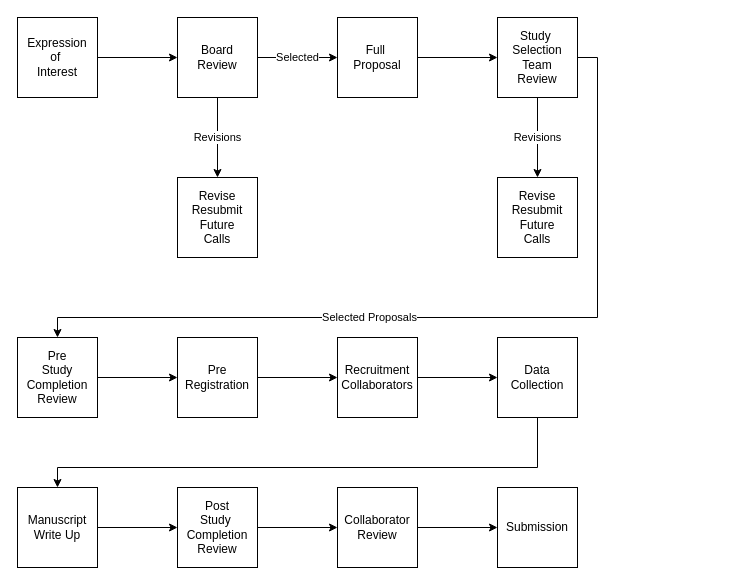
many-languages/many-languages.github.io keeps this draw.io diagram as pic/many_languages.drawio. Above is the earlier version. Source tidied: cells renumbered, new cells numbered last; positions are measured from the earlier drawing's top-left corner, leaving out a move shared by most shapes. Both pictures are drawn from the tidied source at 100%, with x=0, y=0 at pixel (17, 17).
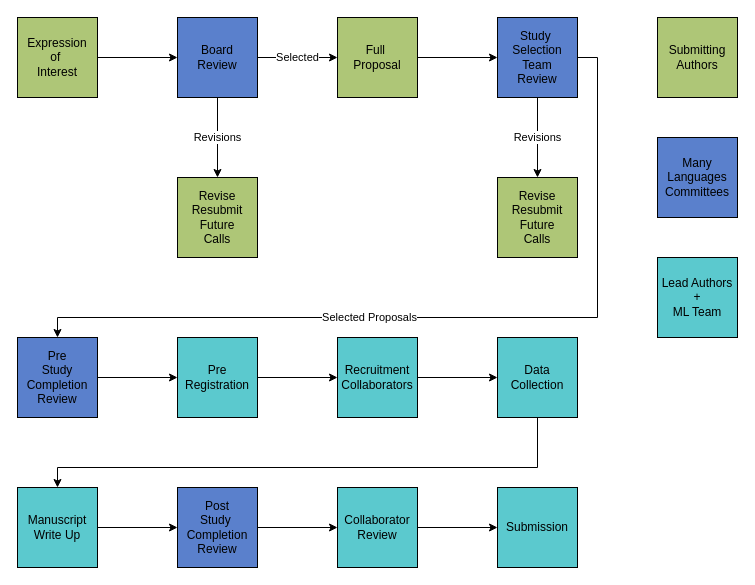
Above is the later version.

Change to the diagram source:
```diff
@@
-    <mxCell id="3" value="Expression&lt;br&gt;of&amp;nbsp;&lt;br&gt;Interest" style="whiteSpace=wrap;html=1;" parent="1" vertex="1">
+    <mxCell id="3" value="Expression&lt;br&gt;of&amp;nbsp;&lt;br&gt;Interest" style="whiteSpace=wrap;html=1;fillColor=#AEC677;" parent="1" vertex="1">
       <mxGeometry width="80" height="80" as="geometry" />
     </mxCell>
@@
-    <mxCell id="6" value="Board &lt;br&gt;Review" style="whiteSpace=wrap;html=1;" parent="1" vertex="1">
+    <mxCell id="6" value="Board &lt;br&gt;Review" style="whiteSpace=wrap;html=1;fillColor=#5A80CC;" parent="1" vertex="1">
       <mxGeometry x="160" width="80" height="80" as="geometry" />
     </mxCell>
-    <mxCell id="7" value="Revise&lt;br&gt;Resubmit&lt;br&gt;Future&lt;br&gt;Calls" style="whiteSpace=wrap;html=1;" parent="1" vertex="1">
+    <mxCell id="7" value="Revise&lt;br&gt;Resubmit&lt;br&gt;Future&lt;br&gt;Calls" style="whiteSpace=wrap;html=1;fillColor=#AEC677;" parent="1" vertex="1">
       <mxGeometry x="160" y="160" width="80" height="80" as="geometry" />
     </mxCell>
@@
-    <mxCell id="9" value="Full&amp;nbsp;&lt;br&gt;Proposal" style="whiteSpace=wrap;html=1;" parent="1" vertex="1">
+    <mxCell id="9" value="Full&amp;nbsp;&lt;br&gt;Proposal" style="whiteSpace=wrap;html=1;fillColor=#AEC677;" parent="1" vertex="1">
       <mxGeometry x="320" width="80" height="80" as="geometry" />
     </mxCell>
@@
-    <mxCell id="11" value="Revise&lt;br&gt;Resubmit&lt;br&gt;Future&lt;br&gt;Calls" style="whiteSpace=wrap;html=1;" parent="1" vertex="1">
+    <mxCell id="11" value="Revise&lt;br&gt;Resubmit&lt;br&gt;Future&lt;br&gt;Calls" style="whiteSpace=wrap;html=1;fillColor=#AEC677;" parent="1" vertex="1">
       <mxGeometry x="480" y="160" width="80" height="80" as="geometry" />
     </mxCell>
@@
-    <mxCell id="13" value="Study&amp;nbsp;&lt;br&gt;Selection&lt;br&gt;Team&lt;br&gt;Review" style="whiteSpace=wrap;html=1;" parent="1" vertex="1">
+    <mxCell id="13" value="Study&amp;nbsp;&lt;br&gt;Selection&lt;br&gt;Team&lt;br&gt;Review" style="whiteSpace=wrap;html=1;fillColor=#5A80CC;" parent="1" vertex="1">
       <mxGeometry x="480" width="80" height="80" as="geometry" />
     </mxCell>
@@
-    <mxCell id="15" value="Pre&lt;br&gt;Study Completion&lt;br&gt;Review" style="whiteSpace=wrap;html=1;" parent="1" vertex="1">
+    <mxCell id="15" value="Pre&lt;br&gt;Study Completion&lt;br&gt;Review" style="whiteSpace=wrap;html=1;fillColor=#5A80CC;" parent="1" vertex="1">
       <mxGeometry y="320" width="80" height="80" as="geometry" />
     </mxCell>
@@
-    <mxCell id="17" value="Pre&lt;br&gt;Registration" style="whiteSpace=wrap;html=1;" parent="1" vertex="1">
+    <mxCell id="17" value="Pre&lt;br&gt;Registration" style="whiteSpace=wrap;html=1;fillColor=#5BC9CE;" parent="1" vertex="1">
       <mxGeometry x="160" y="320" width="80" height="80" as="geometry" />
     </mxCell>
@@
-    <mxCell id="19" value="Recruitment&lt;br&gt;Collaborators" style="whiteSpace=wrap;html=1;" parent="1" vertex="1">
+    <mxCell id="19" value="Recruitment&lt;br&gt;Collaborators" style="whiteSpace=wrap;html=1;fillColor=#5BC9CE;" parent="1" vertex="1">
       <mxGeometry x="320" y="320" width="80" height="80" as="geometry" />
     </mxCell>
@@
-    <mxCell id="21" value="Data Collection" style="whiteSpace=wrap;html=1;" parent="1" vertex="1">
+    <mxCell id="21" value="Data Collection" style="whiteSpace=wrap;html=1;fillColor=#5BC9CE;" parent="1" vertex="1">
       <mxGeometry x="480" y="320" width="80" height="80" as="geometry" />
     </mxCell>
@@
-    <mxCell id="23" value="Manuscript&lt;br&gt;Write Up" style="whiteSpace=wrap;html=1;" parent="1" vertex="1">
+    <mxCell id="23" value="Manuscript&lt;br&gt;Write Up" style="whiteSpace=wrap;html=1;fillColor=#5BC9CE;" parent="1" vertex="1">
       <mxGeometry y="470" width="80" height="80" as="geometry" />
     </mxCell>
@@
-    <mxCell id="25" value="Post&lt;br&gt;Study&amp;nbsp;&lt;br&gt;Completion&lt;br&gt;Review" style="whiteSpace=wrap;html=1;" parent="1" vertex="1">
+    <mxCell id="25" value="Post&lt;br&gt;Study&amp;nbsp;&lt;br&gt;Completion&lt;br&gt;Review" style="whiteSpace=wrap;html=1;fillColor=#5A80CC;" parent="1" vertex="1">
       <mxGeometry x="160" y="470" width="80" height="80" as="geometry" />
     </mxCell>
@@
-    <mxCell id="27" value="Collaborator&lt;br&gt;Review" style="whiteSpace=wrap;html=1;" parent="1" vertex="1">
+    <mxCell id="27" value="Collaborator&lt;br&gt;Review" style="whiteSpace=wrap;html=1;fillColor=#5BC9CE;" parent="1" vertex="1">
       <mxGeometry x="320" y="470" width="80" height="80" as="geometry" />
     </mxCell>
-    <mxCell id="28" value="Submission" style="whiteSpace=wrap;html=1;" parent="1" vertex="1">
+    <mxCell id="28" value="Submission" style="whiteSpace=wrap;html=1;fillColor=#5BC9CE;" parent="1" vertex="1">
       <mxGeometry x="480" y="470" width="80" height="80" as="geometry" />
     </mxCell>
+    <mxCell id="29" value="Submitting&lt;br&gt;Authors" style="whiteSpace=wrap;html=1;fillColor=#AEC677;" parent="1" vertex="1">
+      <mxGeometry x="640" width="80" height="80" as="geometry" />
+    </mxCell>
+    <mxCell id="30" value="Lead Authors&lt;br&gt;+&lt;br&gt;ML Team" style="whiteSpace=wrap;html=1;fillColor=#5BC9CE;" parent="1" vertex="1">
+      <mxGeometry x="640" y="240" width="80" height="80" as="geometry" />
+    </mxCell>
+    <mxCell id="31" value="Many&lt;br&gt;Languages&lt;br&gt;Committees" style="whiteSpace=wrap;html=1;fillColor=#5A80CC;" parent="1" vertex="1">
+      <mxGeometry x="640" y="120" width="80" height="80" as="geometry" />
+    </mxCell>
```
